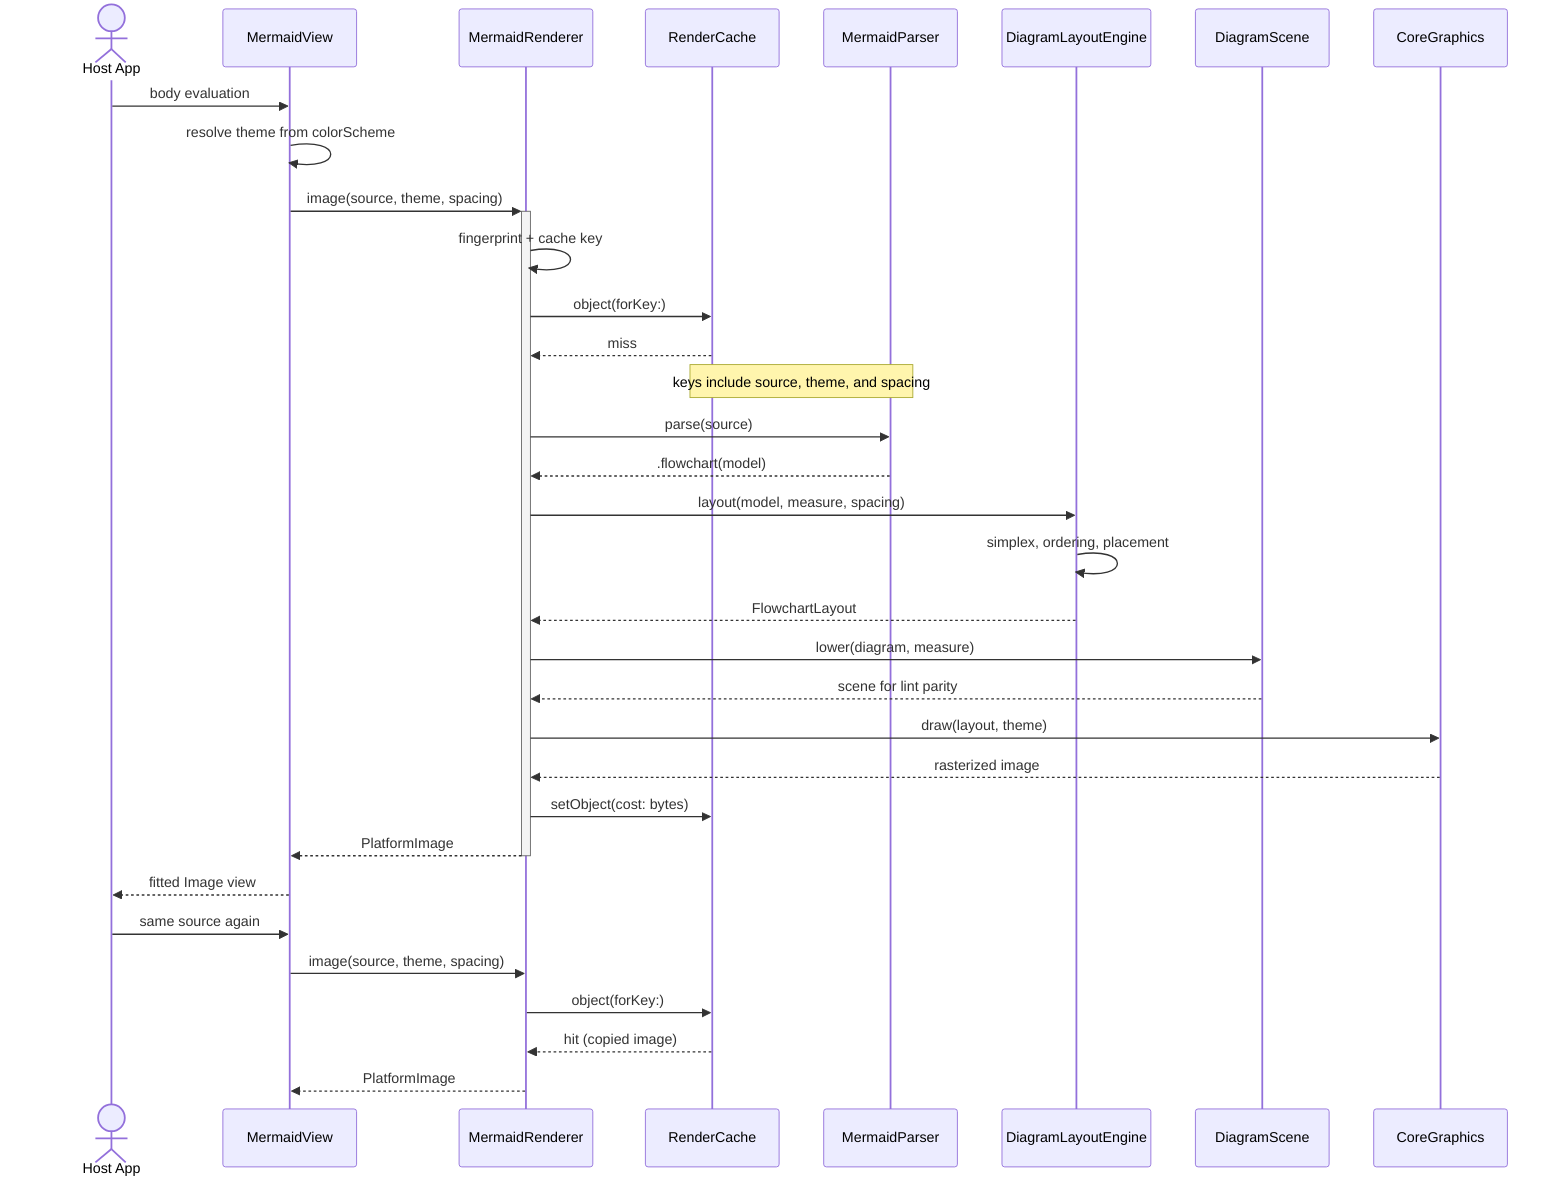
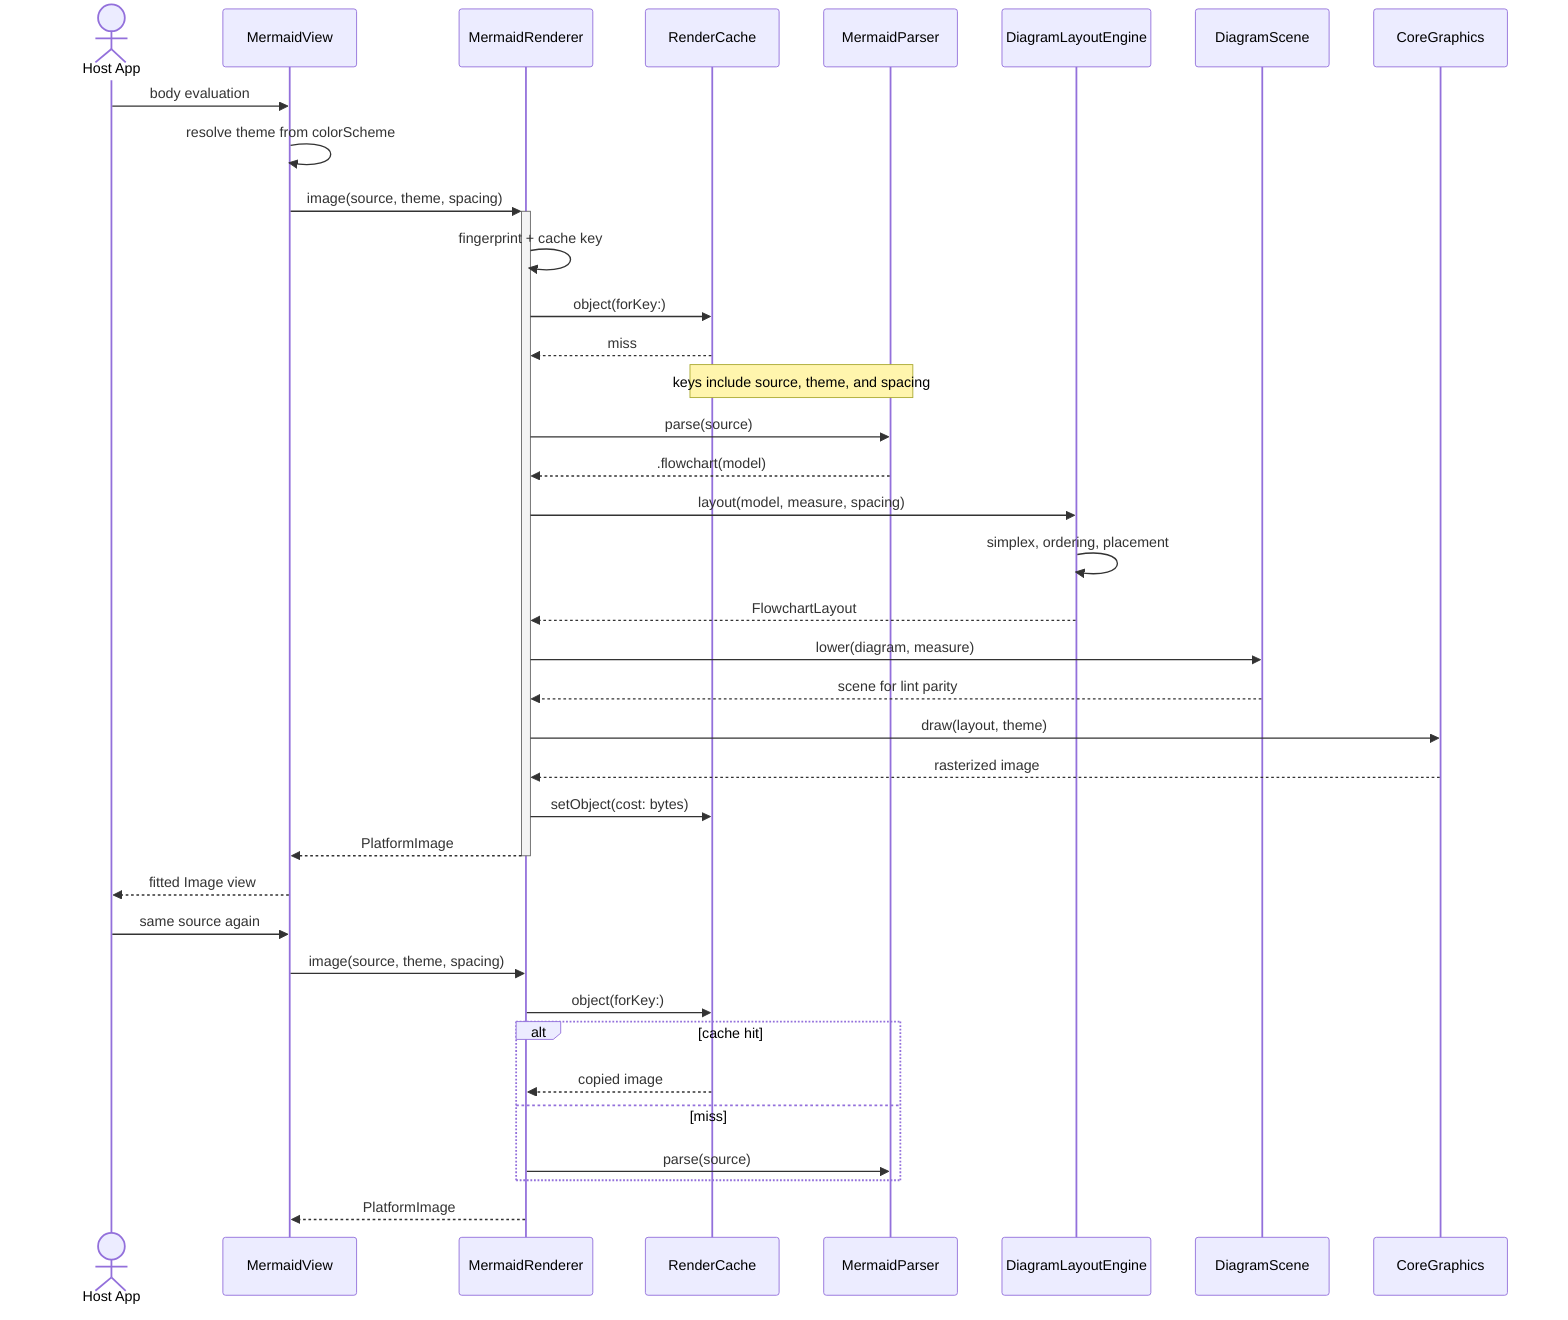
sequenceDiagram
    actor Host as Host App
    participant View as MermaidView
    participant Rend as MermaidRenderer
    participant Cache as RenderCache
    participant Parse as MermaidParser
    participant Lay as DiagramLayoutEngine
    participant Scene as DiagramScene
    participant CG as CoreGraphics
    Host->>View: body evaluation
    View->>View: resolve theme from colorScheme
    View->>+Rend: image(source, theme, spacing)
    Rend->>Rend: fingerprint + cache key
    Rend->>Cache: object(forKey:)
    Cache-->>Rend: miss
    Note over Cache,Parse: keys include source, theme, and spacing
    Rend->>Parse: parse(source)
    Parse-->>Rend: .flowchart(model)
    Rend->>Lay: layout(model, measure, spacing)
    Lay->>Lay: simplex, ordering, placement
    Lay-->>Rend: FlowchartLayout
    Rend->>Scene: lower(diagram, measure)
    Scene-->>Rend: scene for lint parity
    Rend->>CG: draw(layout, theme)
    CG-->>Rend: rasterized image
    Rend->>Cache: setObject(cost: bytes)
    Rend-->>-View: PlatformImage
    View-->>Host: fitted Image view
    Host->>View: same source again
    View->>Rend: image(source, theme, spacing)
    Rend->>Cache: object(forKey:)
-     Cache-->>Rend: hit (copied image)
+     alt cache hit
+         Cache-->>Rend: copied image
+     else miss
+         Rend->>Parse: parse(source)
+     end
    Rend-->>View: PlatformImage
